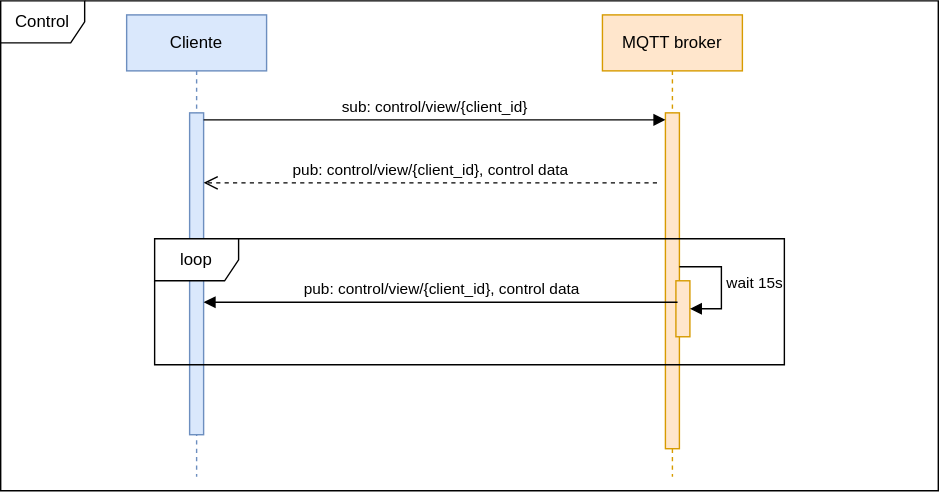
Before: docs/diagramas/secuencia/secuencia-control-view.drawio.svg, a diagram exported from draw.io (diegojrl/TFG). Source tidied: cells renumbered, new cells last; positions are measured from the earlier drawing's top-left corner, leaving out a move shared by most shapes.
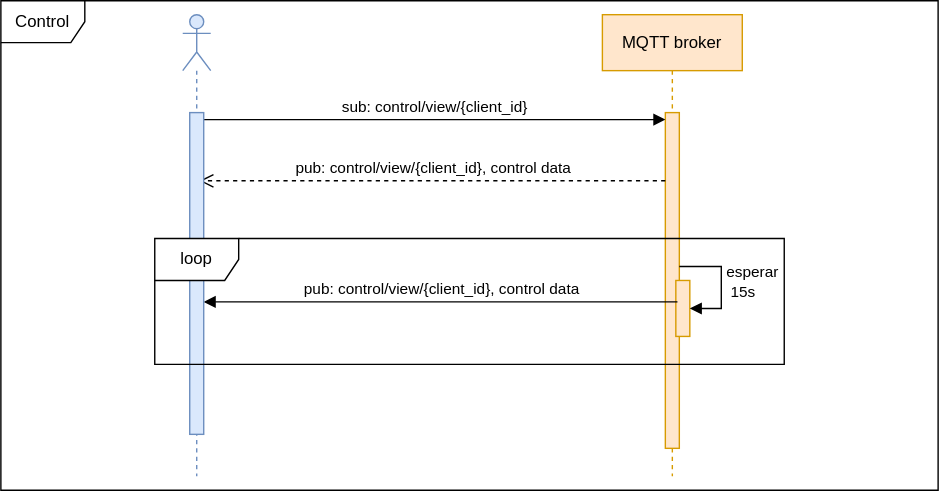
Above is the later version.

The edit, as a diff of the source:
```diff
@@ -2,12 +2,6 @@
   <root>
     <mxCell id="0" />
     <mxCell id="1" parent="0" />
-    <mxCell id="2" value="Cliente" style="shape=umlLifeline;perimeter=lifelinePerimeter;whiteSpace=wrap;html=1;newEdgeStyle={&quot;curved&quot;:0,&quot;rounded&quot;:0};fillColor=#dae8fc;strokeColor=#6c8ebf;" parent="1" vertex="1">
-      <mxGeometry x="90" y="10" width="100" height="330" as="geometry" />
-    </mxCell>
-    <mxCell id="3" style="html=1;points=[[0,0,0,0,5],[0,1,0,0,-5],[1,0,0,0,5],[1,1,0,0,-5]];perimeter=orthogonalPerimeter;outlineConnect=0;targetShapes=umlLifeline;portConstraint=eastwest;newEdgeStyle={&quot;curved&quot;:0,&quot;rounded&quot;:0};fillColor=#dae8fc;strokeColor=#6c8ebf;" parent="2" vertex="1">
-      <mxGeometry x="45" y="70" width="10" height="230" as="geometry" />
-    </mxCell>
     <mxCell id="4" value="MQTT broker" style="shape=umlLifeline;perimeter=lifelinePerimeter;whiteSpace=wrap;html=1;newEdgeStyle={&quot;curved&quot;:0,&quot;rounded&quot;:0};fillColor=#ffe6cc;strokeColor=#d79b00;" parent="1" vertex="1">
       <mxGeometry x="430" y="10" width="100" height="330" as="geometry" />
     </mxCell>
@@ -20,19 +14,13 @@
     <mxCell id="7" value="Control" style="shape=umlFrame;whiteSpace=wrap;html=1;" parent="1" vertex="1">
       <mxGeometry width="670" height="350" as="geometry" />
     </mxCell>
-    <mxCell id="8" value="pub: control/view/{client_id}, control data" style="html=1;verticalAlign=bottom;endArrow=open;dashed=1;endSize=8;curved=0;rounded=0;" parent="1" edge="1">
-      <mxGeometry relative="1" as="geometry">
-        <mxPoint x="469" y="130" as="sourcePoint" />
-        <mxPoint x="145" y="130" as="targetPoint" />
-      </mxGeometry>
+    <mxCell id="8" value="pub: control/view/{client_id}, control data" style="html=1;verticalAlign=bottom;endArrow=open;dashed=1;endSize=8;curved=0;rounded=0;entryX=0.686;entryY=0.212;entryDx=0;entryDy=0;entryPerimeter=0;" parent="1" edge="1" source="5" target="3">
+      <mxGeometry relative="1" as="geometry" />
     </mxCell>
-    <mxCell id="9" value="loop" style="shape=umlFrame;whiteSpace=wrap;html=1;" parent="1" vertex="1">
-      <mxGeometry x="110" y="170" width="450" height="90" as="geometry" />
-    </mxCell>
     <mxCell id="10" style="html=1;points=[[0,0,0,0,5],[0,1,0,0,-5],[1,0,0,0,5],[1,1,0,0,-5]];perimeter=orthogonalPerimeter;outlineConnect=0;targetShapes=umlLifeline;portConstraint=eastwest;newEdgeStyle={&quot;curved&quot;:0,&quot;rounded&quot;:0};fillColor=#ffe6cc;strokeColor=#d79b00;" parent="1" vertex="1">
       <mxGeometry x="482.5" y="200" width="10" height="40" as="geometry" />
     </mxCell>
-    <mxCell id="11" value="wait 15s" style="html=1;align=left;spacingLeft=2;endArrow=block;rounded=0;edgeStyle=orthogonalEdgeStyle;curved=0;rounded=0;" parent="1" edge="1" target="10">
+    <mxCell id="11" value="&lt;div&gt;esperar&lt;/div&gt;&lt;div&gt;&amp;nbsp;15s&lt;/div&gt;" style="html=1;align=left;spacingLeft=2;endArrow=block;rounded=0;edgeStyle=orthogonalEdgeStyle;curved=0;rounded=0;" parent="1" edge="1" target="10">
       <mxGeometry relative="1" as="geometry">
         <mxPoint x="485" y="190" as="sourcePoint" />
         <Array as="points">
@@ -43,5 +31,14 @@
     <mxCell id="12" value="pub: control/view/{client_id}, control data" style="html=1;verticalAlign=bottom;endArrow=block;curved=0;rounded=0;exitX=0.117;exitY=0.383;exitDx=0;exitDy=0;exitPerimeter=0;" parent="1" edge="1" source="10" target="3">
       <mxGeometry relative="1" as="geometry" />
     </mxCell>
+    <mxCell id="13" style="shape=umlLifeline;perimeter=lifelinePerimeter;whiteSpace=wrap;html=1;newEdgeStyle={&quot;curved&quot;:0,&quot;rounded&quot;:0};participant=umlActor;fillColor=#dae8fc;strokeColor=#6c8ebf;" parent="1" vertex="1">
+      <mxGeometry x="130" y="10" width="20" height="330" as="geometry" />
+    </mxCell>
+    <mxCell id="3" style="html=1;points=[[0,0,0,0,5],[0,1,0,0,-5],[1,0,0,0,5],[1,1,0,0,-5]];perimeter=orthogonalPerimeter;outlineConnect=0;targetShapes=umlLifeline;portConstraint=eastwest;newEdgeStyle={&quot;curved&quot;:0,&quot;rounded&quot;:0};fillColor=#dae8fc;strokeColor=#6c8ebf;" parent="13" vertex="1">
+      <mxGeometry x="5" y="70" width="10" height="230" as="geometry" />
+    </mxCell>
+    <mxCell id="9" value="loop" style="shape=umlFrame;whiteSpace=wrap;html=1;" parent="1" vertex="1">
+      <mxGeometry x="110" y="170" width="450" height="90" as="geometry" />
+    </mxCell>
   </root>
 </mxGraphModel>
```
